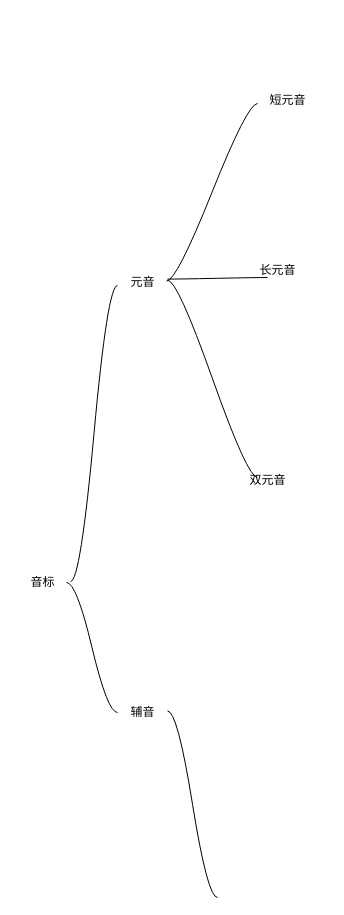
Above: page "第 2 页" (2 of 2) of 未命名表单.drawio in gituserc123/HelloWorld (draw.io), before the change. Source tidied: cells renumbered, new cells numbered last; positions are measured from the earlier drawing's top-left corner, leaving out a move shared by most shapes. Both pictures are drawn from the tidied source at 100%, with x=0, y=0 at pixel (17, 85).
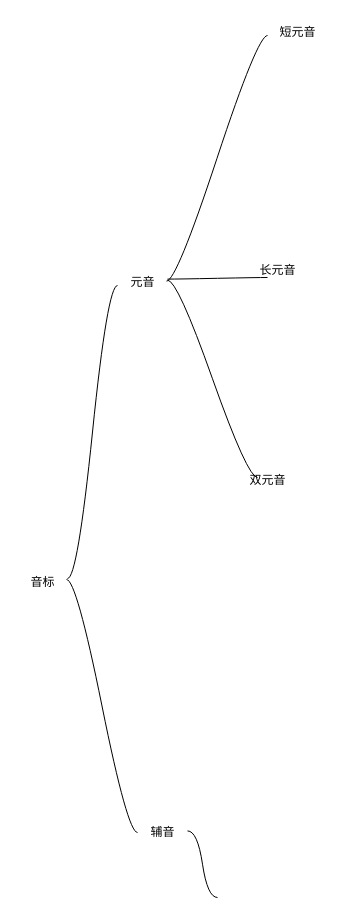
The same diagram, later.

Commit message (it also covers changes not shown here):
更新未命名表单.drawio

Change to the diagram source:
```diff
@@
 <mxGraphModel>
   <root>
     <mxCell id="0" />
     <mxCell id="1" parent="0" />
     <mxCell id="2" value="音标" style="text;html=1;align=center;verticalAlign=middle;points=[];strokeColor=none;fillColor=none;" parent="1" vertex="1">
       <mxGeometry y="482" width="50" height="30" as="geometry" />
     </mxCell>
-    <mxCell id="3" style="edgeStyle=entityRelationEdgeStyle;startArrow=none;endArrow=none;segment=10;curved=1;sourcePerimeterSpacing=0;targetPerimeterSpacing=0;rounded=0;exitX=1.06;exitY=0.467;exitDx=0;exitDy=0;exitPerimeter=0;entryX=0;entryY=0.6;entryDx=0;entryDy=0;entryPerimeter=0;" parent="1" edge="1" source="2" target="5">
+    <mxCell id="3" style="edgeStyle=entityRelationEdgeStyle;startArrow=none;endArrow=none;segment=10;curved=1;sourcePerimeterSpacing=0;targetPerimeterSpacing=0;rounded=0;exitX=1;exitY=0.367;exitDx=0;exitDy=0;exitPerimeter=0;entryX=0;entryY=0.6;entryDx=0;entryDy=0;entryPerimeter=0;" parent="1" edge="1" source="2" target="5">
       <mxGeometry relative="1" as="geometry" />
     </mxCell>
-    <mxCell id="4" style="edgeStyle=entityRelationEdgeStyle;startArrow=none;endArrow=none;segment=10;curved=1;sourcePerimeterSpacing=0;targetPerimeterSpacing=0;rounded=0;exitX=0.98;exitY=0.5;exitDx=0;exitDy=0;exitPerimeter=0;" parent="1" edge="1" source="2" target="6">
+    <mxCell id="4" style="edgeStyle=entityRelationEdgeStyle;startArrow=none;endArrow=none;segment=10;curved=1;sourcePerimeterSpacing=0;targetPerimeterSpacing=0;rounded=0;exitX=0.98;exitY=0.4;exitDx=0;exitDy=0;exitPerimeter=0;" parent="1" edge="1" source="2" target="6">
       <mxGeometry relative="1" as="geometry" />
     </mxCell>
     <mxCell id="5" value="元音" style="text;html=1;align=center;verticalAlign=middle;points=[];strokeColor=none;fillColor=none;" parent="1" vertex="1">
       <mxGeometry x="100" y="182" width="50" height="30" as="geometry" />
     </mxCell>
     <mxCell id="6" value="辅音" style="text;html=1;align=center;verticalAlign=middle;points=[];strokeColor=none;fillColor=none;" parent="1" vertex="1">
-      <mxGeometry x="100" y="612" width="50" height="30" as="geometry" />
+      <mxGeometry x="120" y="732" width="50" height="30" as="geometry" />
     </mxCell>
     <mxCell id="7" style="edgeStyle=entityRelationEdgeStyle;startArrow=none;endArrow=none;segment=10;curved=1;sourcePerimeterSpacing=0;targetPerimeterSpacing=0;rounded=0;exitX=0.98;exitY=0.453;exitDx=0;exitDy=0;exitPerimeter=0;entryX=0;entryY=0.6;entryDx=0;entryDy=0;entryPerimeter=0;" parent="1" edge="1" source="5" target="11">
       <mxGeometry relative="1" as="geometry" />
     </mxCell>
     <mxCell id="8" style="edgeStyle=entityRelationEdgeStyle;startArrow=none;endArrow=none;segment=10;curved=1;sourcePerimeterSpacing=0;targetPerimeterSpacing=0;rounded=0;exitX=1;exitY=0.387;exitDx=0;exitDy=0;exitPerimeter=0;" parent="1" edge="1" source="5">
       <mxGeometry relative="1" as="geometry">
         <mxPoint x="250" y="192" as="targetPoint" />
       </mxGeometry>
     </mxCell>
     <mxCell id="9" style="edgeStyle=entityRelationEdgeStyle;startArrow=none;endArrow=none;segment=10;curved=1;sourcePerimeterSpacing=0;targetPerimeterSpacing=0;rounded=0;exitX=1;exitY=0.42;exitDx=0;exitDy=0;exitPerimeter=0;" parent="1" edge="1" source="5">
       <mxGeometry relative="1" as="geometry">
         <mxPoint x="240" y="392" as="targetPoint" />
       </mxGeometry>
     </mxCell>
     <mxCell id="10" style="edgeStyle=entityRelationEdgeStyle;startArrow=none;endArrow=none;segment=10;curved=1;sourcePerimeterSpacing=0;targetPerimeterSpacing=0;rounded=0;exitX=1;exitY=0.447;exitDx=0;exitDy=0;exitPerimeter=0;" parent="1" edge="1" source="6">
       <mxGeometry relative="1" as="geometry">
         <mxPoint x="200" y="812" as="targetPoint" />
       </mxGeometry>
     </mxCell>
     <mxCell id="11" value="短元音" style="text;html=1;align=center;verticalAlign=middle;points=[];strokeColor=none;fillColor=none;" parent="1" vertex="1">
-      <mxGeometry x="240" width="60" height="30" as="geometry" />
+      <mxGeometry x="250" y="-68" width="60" height="30" as="geometry" />
     </mxCell>
     <mxCell id="12" value="长元音" style="text;html=1;align=center;verticalAlign=middle;strokeColor=none;fillColor=none;" parent="1" vertex="1">
       <mxGeometry x="230" y="170" width="60" height="30" as="geometry" />
     </mxCell>
     <mxCell id="13" value="双元音" style="text;html=1;align=center;verticalAlign=middle;strokeColor=none;fillColor=none;" parent="1" vertex="1">
       <mxGeometry x="220" y="380" width="60" height="30" as="geometry" />
     </mxCell>
   </root>
 </mxGraphModel>
```
